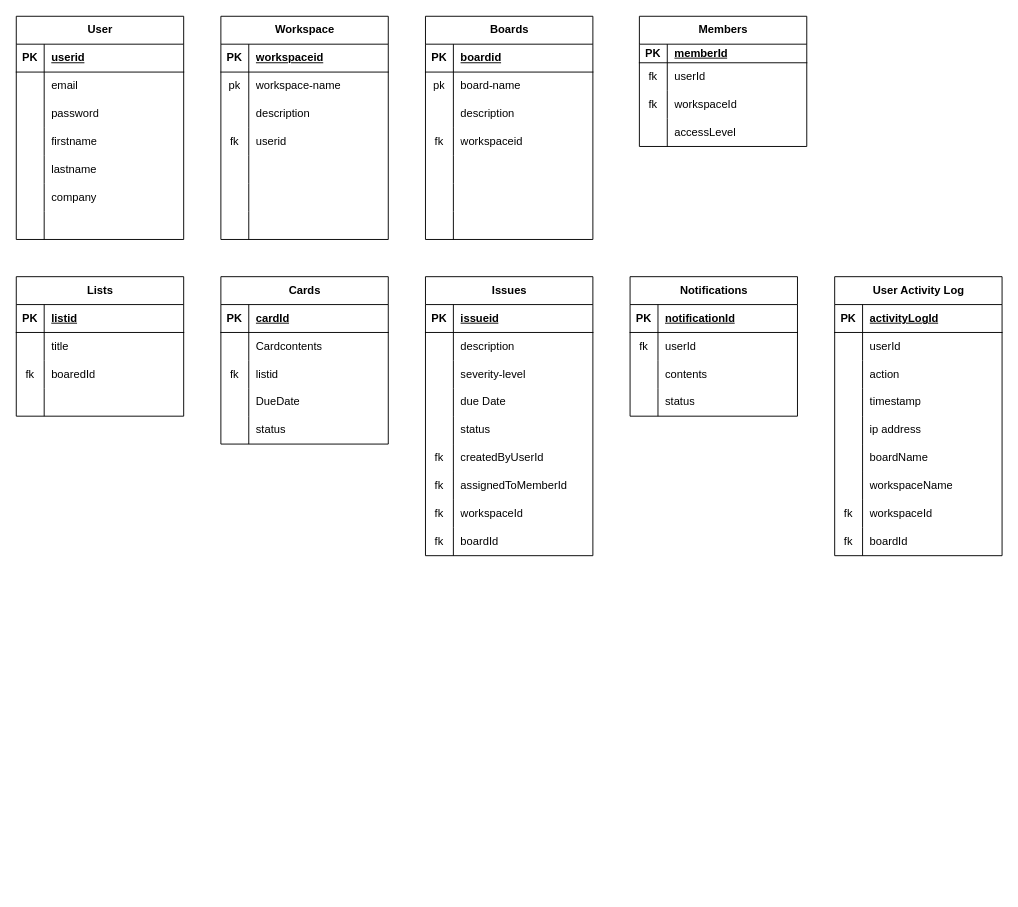
Melat369/Diagram keeps this draw.io diagram as Ensra Database Design.drawio. Above is the earlier version. Source tidied: cells renumbered, new cells numbered last; positions are measured from the earlier drawing's top-left corner, leaving out a move shared by most shapes. Both pictures are drawn from the tidied source at 93%, with x=0, y=0 at pixel (16, 16).
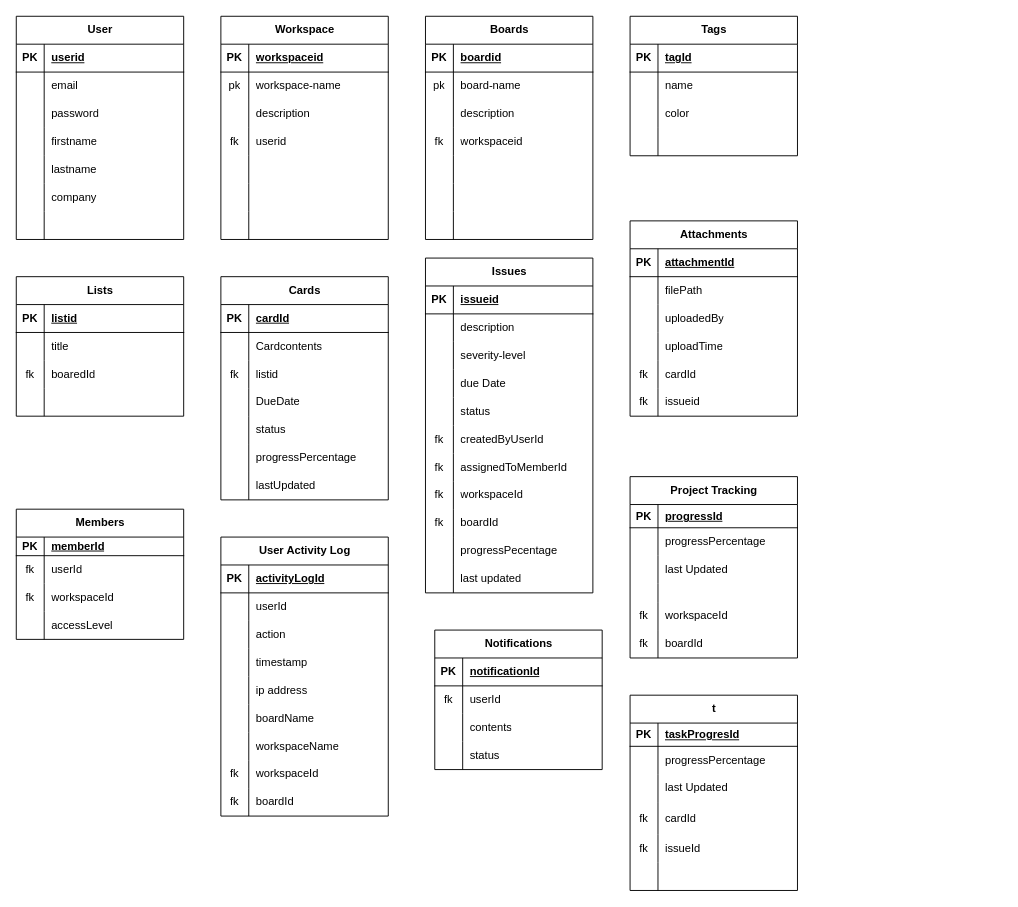
Above is the later version.

Change to the diagram source:
```diff
@@
     <mxCell id="81" value="Cards" style="shape=table;startSize=30;childLayout=tableLayout;rowLines=0;fontStyle=1;align=center;html=1;" parent="1" vertex="1">
-      <mxGeometry x="220" y="280" width="180" height="180" as="geometry" />
+      <mxGeometry x="220" y="280" width="180" height="240" as="geometry" />
     </mxCell>
@@
+    <mxCell id="179" style="shape=tableRow;horizontal=0;startSize=0;swimlaneHead=0;swimlaneBody=0;fillColor=none;top=0;left=0;right=0;bottom=0;" parent="81" vertex="1">
+      <mxGeometry y="180" width="180" height="30" as="geometry" />
+    </mxCell>
+    <mxCell id="180" style="shape=partialRectangle;fillColor=none;top=0;left=0;bottom=0;right=0;overflow=hidden;whiteSpace=wrap;html=1;" parent="179" vertex="1">
+      <mxGeometry width="30" height="30" as="geometry" />
+    </mxCell>
+    <mxCell id="181" value="progressPercentage" style="shape=partialRectangle;fillColor=none;top=0;left=0;bottom=0;right=0;align=left;spacingLeft=6;overflow=hidden;whiteSpace=wrap;html=1;" parent="179" vertex="1">
+      <mxGeometry x="30" width="150" height="30" as="geometry" />
+    </mxCell>
+    <mxCell id="182" style="shape=tableRow;horizontal=0;startSize=0;swimlaneHead=0;swimlaneBody=0;fillColor=none;top=0;left=0;right=0;bottom=0;" parent="81" vertex="1">
+      <mxGeometry y="210" width="180" height="30" as="geometry" />
+    </mxCell>
+    <mxCell id="183" style="shape=partialRectangle;fillColor=none;top=0;left=0;bottom=0;right=0;overflow=hidden;whiteSpace=wrap;html=1;" parent="182" vertex="1">
+      <mxGeometry width="30" height="30" as="geometry" />
+    </mxCell>
+    <mxCell id="184" value="lastUpdated" style="shape=partialRectangle;fillColor=none;top=0;left=0;bottom=0;right=0;align=left;spacingLeft=6;overflow=hidden;whiteSpace=wrap;html=1;" parent="182" vertex="1">
+      <mxGeometry x="30" width="150" height="30" as="geometry" />
+    </mxCell>
     <mxCell id="97" value="Issues" style="shape=table;startSize=30;childLayout=tableLayout;rowLines=0;fontStyle=1;align=center;html=1;" parent="1" vertex="1">
-      <mxGeometry x="440" y="280" width="180" height="300" as="geometry" />
+      <mxGeometry x="440" y="260" width="180" height="360" as="geometry" />
     </mxCell>
@@
+    <mxCell id="185" style="shape=tableRow;horizontal=0;startSize=0;swimlaneHead=0;swimlaneBody=0;fillColor=none;top=0;left=0;right=0;bottom=0;" parent="97" vertex="1">
+      <mxGeometry y="300" width="180" height="30" as="geometry" />
+    </mxCell>
+    <mxCell id="186" style="shape=partialRectangle;fillColor=none;top=0;left=0;bottom=0;right=0;overflow=hidden;whiteSpace=wrap;html=1;" parent="185" vertex="1">
+      <mxGeometry width="30" height="30" as="geometry" />
+    </mxCell>
+    <mxCell id="187" value="progressPecentage" style="shape=partialRectangle;fillColor=none;top=0;left=0;bottom=0;right=0;align=left;spacingLeft=6;overflow=hidden;whiteSpace=wrap;html=1;" parent="185" vertex="1">
+      <mxGeometry x="30" width="150" height="30" as="geometry" />
+    </mxCell>
+    <mxCell id="188" style="shape=tableRow;horizontal=0;startSize=0;swimlaneHead=0;swimlaneBody=0;fillColor=none;top=0;left=0;right=0;bottom=0;" parent="97" vertex="1">
+      <mxGeometry y="330" width="180" height="30" as="geometry" />
+    </mxCell>
+    <mxCell id="189" style="shape=partialRectangle;fillColor=none;top=0;left=0;bottom=0;right=0;overflow=hidden;whiteSpace=wrap;html=1;" parent="188" vertex="1">
+      <mxGeometry width="30" height="30" as="geometry" />
+    </mxCell>
+    <mxCell id="190" value="last updated" style="shape=partialRectangle;fillColor=none;top=0;left=0;bottom=0;right=0;align=left;spacingLeft=6;overflow=hidden;whiteSpace=wrap;html=1;" parent="188" vertex="1">
+      <mxGeometry x="30" width="150" height="30" as="geometry" />
+    </mxCell>
     <mxCell id="125" value="Notifications" style="shape=table;startSize=30;childLayout=tableLayout;rowLines=0;fontStyle=1;align=center;html=1;" parent="1" vertex="1">
-      <mxGeometry x="660" y="280" width="180" height="150" as="geometry" />
+      <mxGeometry x="450" y="660" width="180" height="150" as="geometry" />
     </mxCell>
@@
     <mxCell id="138" value="User Activity Log" style="shape=table;startSize=30;childLayout=tableLayout;rowLines=0;fontStyle=1;align=center;html=1;" parent="1" vertex="1">
-      <mxGeometry x="880" y="280" width="180" height="300" as="geometry" />
+      <mxGeometry x="220" y="560" width="180" height="300" as="geometry" />
     </mxCell>
@@
     <mxCell id="166" value="Members" style="shape=table;startSize=30;childLayout=tableLayout;rowLines=0;fontStyle=1;align=center;html=1;" parent="1" vertex="1">
-      <mxGeometry x="670" width="180" height="140" as="geometry" />
+      <mxGeometry y="530" width="180" height="140" as="geometry" />
     </mxCell>
@@
+    <mxCell id="191" value="Tags" style="shape=table;startSize=30;childLayout=tableLayout;rowLines=0;fontStyle=1;align=center;html=1;" parent="1" vertex="1">
+      <mxGeometry x="660" width="180" height="150" as="geometry" />
+    </mxCell>
+    <mxCell id="192" style="shape=tableRow;horizontal=0;startSize=0;swimlaneHead=0;swimlaneBody=0;fillColor=none;top=0;left=0;right=0;bottom=1;" parent="191" vertex="1">
+      <mxGeometry y="30" width="180" height="30" as="geometry" />
+    </mxCell>
+    <mxCell id="193" value="PK" style="shape=partialRectangle;fillColor=none;top=0;left=0;bottom=0;right=0;fontStyle=1;overflow=hidden;whiteSpace=wrap;html=1;" parent="192" vertex="1">
+      <mxGeometry width="30" height="30" as="geometry" />
+    </mxCell>
+    <mxCell id="194" value="tagId" style="shape=partialRectangle;fillColor=none;top=0;left=0;bottom=0;right=0;align=left;spacingLeft=6;fontStyle=5;overflow=hidden;whiteSpace=wrap;html=1;" parent="192" vertex="1">
+      <mxGeometry x="30" width="150" height="30" as="geometry" />
+    </mxCell>
+    <mxCell id="195" style="shape=tableRow;horizontal=0;startSize=0;swimlaneHead=0;swimlaneBody=0;fillColor=none;top=0;left=0;right=0;bottom=0;" parent="191" vertex="1">
+      <mxGeometry y="60" width="180" height="30" as="geometry" />
+    </mxCell>
+    <mxCell id="196" style="shape=partialRectangle;fillColor=none;top=0;left=0;bottom=0;right=0;overflow=hidden;whiteSpace=wrap;html=1;" parent="195" vertex="1">
+      <mxGeometry width="30" height="30" as="geometry" />
+    </mxCell>
+    <mxCell id="197" value="name" style="shape=partialRectangle;fillColor=none;top=0;left=0;bottom=0;right=0;align=left;spacingLeft=6;overflow=hidden;whiteSpace=wrap;html=1;" parent="195" vertex="1">
+      <mxGeometry x="30" width="150" height="30" as="geometry" />
+    </mxCell>
+    <mxCell id="198" style="shape=tableRow;horizontal=0;startSize=0;swimlaneHead=0;swimlaneBody=0;fillColor=none;top=0;left=0;right=0;bottom=0;" parent="191" vertex="1">
+      <mxGeometry y="90" width="180" height="30" as="geometry" />
+    </mxCell>
+    <mxCell id="199" style="shape=partialRectangle;fillColor=none;top=0;left=0;bottom=0;right=0;overflow=hidden;whiteSpace=wrap;html=1;" parent="198" vertex="1">
+      <mxGeometry width="30" height="30" as="geometry" />
+    </mxCell>
+    <mxCell id="200" value="color" style="shape=partialRectangle;fillColor=none;top=0;left=0;bottom=0;right=0;align=left;spacingLeft=6;overflow=hidden;whiteSpace=wrap;html=1;" parent="198" vertex="1">
+      <mxGeometry x="30" width="150" height="30" as="geometry" />
+    </mxCell>
+    <mxCell id="201" style="shape=tableRow;horizontal=0;startSize=0;swimlaneHead=0;swimlaneBody=0;fillColor=none;top=0;left=0;right=0;bottom=0;" parent="191" vertex="1">
+      <mxGeometry y="120" width="180" height="30" as="geometry" />
+    </mxCell>
+    <mxCell id="202" style="shape=partialRectangle;fillColor=none;top=0;left=0;bottom=0;right=0;overflow=hidden;whiteSpace=wrap;html=1;" parent="201" vertex="1">
+      <mxGeometry width="30" height="30" as="geometry" />
+    </mxCell>
+    <mxCell id="203" style="shape=partialRectangle;fillColor=none;top=0;left=0;bottom=0;right=0;align=left;spacingLeft=6;overflow=hidden;whiteSpace=wrap;html=1;" parent="201" vertex="1">
+      <mxGeometry x="30" width="150" height="30" as="geometry" />
+    </mxCell>
+    <mxCell id="204" value="Attachments" style="shape=table;startSize=30;childLayout=tableLayout;rowLines=0;fontStyle=1;align=center;html=1;" parent="1" vertex="1">
+      <mxGeometry x="660" y="220" width="180" height="210" as="geometry" />
+    </mxCell>
+    <mxCell id="205" style="shape=tableRow;horizontal=0;startSize=0;swimlaneHead=0;swimlaneBody=0;fillColor=none;top=0;left=0;right=0;bottom=1;" parent="204" vertex="1">
+      <mxGeometry y="30" width="180" height="30" as="geometry" />
+    </mxCell>
+    <mxCell id="206" value="PK" style="shape=partialRectangle;fillColor=none;top=0;left=0;bottom=0;right=0;fontStyle=1;overflow=hidden;whiteSpace=wrap;html=1;" parent="205" vertex="1">
+      <mxGeometry width="30" height="30" as="geometry" />
+    </mxCell>
+    <mxCell id="207" value="attachmentId" style="shape=partialRectangle;fillColor=none;top=0;left=0;bottom=0;right=0;align=left;spacingLeft=6;fontStyle=5;overflow=hidden;whiteSpace=wrap;html=1;" parent="205" vertex="1">
+      <mxGeometry x="30" width="150" height="30" as="geometry" />
+    </mxCell>
+    <mxCell id="208" style="shape=tableRow;horizontal=0;startSize=0;swimlaneHead=0;swimlaneBody=0;fillColor=none;top=0;left=0;right=0;bottom=0;" parent="204" vertex="1">
+      <mxGeometry y="60" width="180" height="30" as="geometry" />
+    </mxCell>
+    <mxCell id="209" style="shape=partialRectangle;fillColor=none;top=0;left=0;bottom=0;right=0;overflow=hidden;whiteSpace=wrap;html=1;" parent="208" vertex="1">
+      <mxGeometry width="30" height="30" as="geometry" />
+    </mxCell>
+    <mxCell id="210" value="filePath" style="shape=partialRectangle;fillColor=none;top=0;left=0;bottom=0;right=0;align=left;spacingLeft=6;overflow=hidden;whiteSpace=wrap;html=1;" parent="208" vertex="1">
+      <mxGeometry x="30" width="150" height="30" as="geometry" />
+    </mxCell>
+    <mxCell id="211" style="shape=tableRow;horizontal=0;startSize=0;swimlaneHead=0;swimlaneBody=0;fillColor=none;top=0;left=0;right=0;bottom=0;" parent="204" vertex="1">
+      <mxGeometry y="90" width="180" height="30" as="geometry" />
+    </mxCell>
+    <mxCell id="212" style="shape=partialRectangle;fillColor=none;top=0;left=0;bottom=0;right=0;overflow=hidden;whiteSpace=wrap;html=1;" parent="211" vertex="1">
+      <mxGeometry width="30" height="30" as="geometry" />
+    </mxCell>
+    <mxCell id="213" value="uploadedBy" style="shape=partialRectangle;fillColor=none;top=0;left=0;bottom=0;right=0;align=left;spacingLeft=6;overflow=hidden;whiteSpace=wrap;html=1;" parent="211" vertex="1">
+      <mxGeometry x="30" width="150" height="30" as="geometry" />
+    </mxCell>
+    <mxCell id="214" style="shape=tableRow;horizontal=0;startSize=0;swimlaneHead=0;swimlaneBody=0;fillColor=none;top=0;left=0;right=0;bottom=0;" parent="204" vertex="1">
+      <mxGeometry y="120" width="180" height="30" as="geometry" />
+    </mxCell>
+    <mxCell id="215" style="shape=partialRectangle;fillColor=none;top=0;left=0;bottom=0;right=0;overflow=hidden;whiteSpace=wrap;html=1;" parent="214" vertex="1">
+      <mxGeometry width="30" height="30" as="geometry" />
+    </mxCell>
+    <mxCell id="216" value="uploadTime" style="shape=partialRectangle;fillColor=none;top=0;left=0;bottom=0;right=0;align=left;spacingLeft=6;overflow=hidden;whiteSpace=wrap;html=1;" parent="214" vertex="1">
+      <mxGeometry x="30" width="150" height="30" as="geometry" />
+    </mxCell>
+    <mxCell id="217" style="shape=tableRow;horizontal=0;startSize=0;swimlaneHead=0;swimlaneBody=0;fillColor=none;top=0;left=0;right=0;bottom=0;" parent="204" vertex="1">
+      <mxGeometry y="150" width="180" height="30" as="geometry" />
+    </mxCell>
+    <mxCell id="218" value="fk" style="shape=partialRectangle;fillColor=none;top=0;left=0;bottom=0;right=0;overflow=hidden;whiteSpace=wrap;html=1;" parent="217" vertex="1">
+      <mxGeometry width="30" height="30" as="geometry" />
+    </mxCell>
+    <mxCell id="219" value="cardId" style="shape=partialRectangle;fillColor=none;top=0;left=0;bottom=0;right=0;align=left;spacingLeft=6;overflow=hidden;whiteSpace=wrap;html=1;" parent="217" vertex="1">
+      <mxGeometry x="30" width="150" height="30" as="geometry" />
+    </mxCell>
+    <mxCell id="220" style="shape=tableRow;horizontal=0;startSize=0;swimlaneHead=0;swimlaneBody=0;fillColor=none;top=0;left=0;right=0;bottom=0;" parent="204" vertex="1">
+      <mxGeometry y="180" width="180" height="30" as="geometry" />
+    </mxCell>
+    <mxCell id="221" value="fk" style="shape=partialRectangle;fillColor=none;top=0;left=0;bottom=0;right=0;overflow=hidden;whiteSpace=wrap;html=1;" parent="220" vertex="1">
+      <mxGeometry width="30" height="30" as="geometry" />
+    </mxCell>
+    <mxCell id="222" value="issueid" style="shape=partialRectangle;fillColor=none;top=0;left=0;bottom=0;right=0;align=left;spacingLeft=6;overflow=hidden;whiteSpace=wrap;html=1;" parent="220" vertex="1">
+      <mxGeometry x="30" width="150" height="30" as="geometry" />
+    </mxCell>
+    <mxCell id="223" value="Project Tracking" style="shape=table;startSize=30;childLayout=tableLayout;rowLines=0;fontStyle=1;align=center;html=1;" parent="1" vertex="1">
+      <mxGeometry x="660" y="495" width="180" height="195" as="geometry" />
+    </mxCell>
+    <mxCell id="224" style="shape=tableRow;horizontal=0;startSize=0;swimlaneHead=0;swimlaneBody=0;fillColor=none;top=0;left=0;right=0;bottom=1;" parent="223" vertex="1">
+      <mxGeometry y="30" width="180" height="25" as="geometry" />
+    </mxCell>
+    <mxCell id="225" value="PK" style="shape=partialRectangle;fillColor=none;top=0;left=0;bottom=0;right=0;fontStyle=1;overflow=hidden;whiteSpace=wrap;html=1;" parent="224" vertex="1">
+      <mxGeometry width="30" height="25" as="geometry" />
+    </mxCell>
+    <mxCell id="226" value="progressId" style="shape=partialRectangle;fillColor=none;top=0;left=0;bottom=0;right=0;align=left;spacingLeft=6;fontStyle=5;overflow=hidden;whiteSpace=wrap;html=1;" parent="224" vertex="1">
+      <mxGeometry x="30" width="150" height="25" as="geometry" />
+    </mxCell>
+    <mxCell id="227" style="shape=tableRow;horizontal=0;startSize=0;swimlaneHead=0;swimlaneBody=0;fillColor=none;top=0;left=0;right=0;bottom=0;" parent="223" vertex="1">
+      <mxGeometry y="55" width="180" height="30" as="geometry" />
+    </mxCell>
+    <mxCell id="228" style="shape=partialRectangle;fillColor=none;top=0;left=0;bottom=0;right=0;overflow=hidden;whiteSpace=wrap;html=1;" parent="227" vertex="1">
+      <mxGeometry width="30" height="30" as="geometry" />
+    </mxCell>
+    <mxCell id="229" value="progressPercentage" style="shape=partialRectangle;fillColor=none;top=0;left=0;bottom=0;right=0;align=left;spacingLeft=6;overflow=hidden;whiteSpace=wrap;html=1;" parent="227" vertex="1">
+      <mxGeometry x="30" width="150" height="30" as="geometry" />
+    </mxCell>
+    <mxCell id="230" style="shape=tableRow;horizontal=0;startSize=0;swimlaneHead=0;swimlaneBody=0;fillColor=none;top=0;left=0;right=0;bottom=0;" parent="223" vertex="1">
+      <mxGeometry y="85" width="180" height="30" as="geometry" />
+    </mxCell>
+    <mxCell id="231" style="shape=partialRectangle;fillColor=none;top=0;left=0;bottom=0;right=0;overflow=hidden;whiteSpace=wrap;html=1;" parent="230" vertex="1">
+      <mxGeometry width="30" height="30" as="geometry" />
+    </mxCell>
+    <mxCell id="232" value="last Updated" style="shape=partialRectangle;fillColor=none;top=0;left=0;bottom=0;right=0;align=left;spacingLeft=6;overflow=hidden;whiteSpace=wrap;html=1;" parent="230" vertex="1">
+      <mxGeometry x="30" width="150" height="30" as="geometry" />
+    </mxCell>
+    <mxCell id="233" style="shape=tableRow;horizontal=0;startSize=0;swimlaneHead=0;swimlaneBody=0;fillColor=none;top=0;left=0;right=0;bottom=0;" parent="223" vertex="1">
+      <mxGeometry y="115" width="180" height="20" as="geometry" />
+    </mxCell>
+    <mxCell id="234" style="shape=partialRectangle;fillColor=none;top=0;left=0;bottom=0;right=0;overflow=hidden;whiteSpace=wrap;html=1;" parent="233" vertex="1">
+      <mxGeometry width="30" height="20" as="geometry" />
+    </mxCell>
+    <mxCell id="235" style="shape=partialRectangle;fillColor=none;top=0;left=0;bottom=0;right=0;align=left;spacingLeft=6;overflow=hidden;whiteSpace=wrap;html=1;" parent="233" vertex="1">
+      <mxGeometry x="30" width="150" height="20" as="geometry" />
+    </mxCell>
+    <mxCell id="236" style="shape=tableRow;horizontal=0;startSize=0;swimlaneHead=0;swimlaneBody=0;fillColor=none;top=0;left=0;right=0;bottom=0;" parent="223" vertex="1">
+      <mxGeometry y="135" width="180" height="30" as="geometry" />
+    </mxCell>
+    <mxCell id="237" value="fk" style="shape=partialRectangle;fillColor=none;top=0;left=0;bottom=0;right=0;overflow=hidden;whiteSpace=wrap;html=1;" parent="236" vertex="1">
+      <mxGeometry width="30" height="30" as="geometry" />
+    </mxCell>
+    <mxCell id="238" value="workspaceId" style="shape=partialRectangle;fillColor=none;top=0;left=0;bottom=0;right=0;align=left;spacingLeft=6;overflow=hidden;whiteSpace=wrap;html=1;" parent="236" vertex="1">
+      <mxGeometry x="30" width="150" height="30" as="geometry" />
+    </mxCell>
+    <mxCell id="239" style="shape=tableRow;horizontal=0;startSize=0;swimlaneHead=0;swimlaneBody=0;fillColor=none;top=0;left=0;right=0;bottom=0;" parent="223" vertex="1">
+      <mxGeometry y="165" width="180" height="30" as="geometry" />
+    </mxCell>
+    <mxCell id="240" value="fk" style="shape=partialRectangle;fillColor=none;top=0;left=0;bottom=0;right=0;overflow=hidden;whiteSpace=wrap;html=1;" parent="239" vertex="1">
+      <mxGeometry width="30" height="30" as="geometry" />
+    </mxCell>
+    <mxCell id="241" value="boardId" style="shape=partialRectangle;fillColor=none;top=0;left=0;bottom=0;right=0;align=left;spacingLeft=6;overflow=hidden;whiteSpace=wrap;html=1;" parent="239" vertex="1">
+      <mxGeometry x="30" width="150" height="30" as="geometry" />
+    </mxCell>
+    <mxCell id="242" value="t" style="shape=table;startSize=30;childLayout=tableLayout;rowLines=0;fontStyle=1;align=center;html=1;" parent="1" vertex="1">
+      <mxGeometry x="660" y="730" width="180" height="210" as="geometry" />
+    </mxCell>
+    <mxCell id="243" style="shape=tableRow;horizontal=0;startSize=0;swimlaneHead=0;swimlaneBody=0;fillColor=none;top=0;left=0;right=0;bottom=1;" parent="242" vertex="1">
+      <mxGeometry y="30" width="180" height="25" as="geometry" />
+    </mxCell>
+    <mxCell id="244" value="PK" style="shape=partialRectangle;fillColor=none;top=0;left=0;bottom=0;right=0;fontStyle=1;overflow=hidden;whiteSpace=wrap;html=1;" parent="243" vertex="1">
+      <mxGeometry width="30" height="25" as="geometry" />
+    </mxCell>
+    <mxCell id="245" value="taskProgresId" style="shape=partialRectangle;fillColor=none;top=0;left=0;bottom=0;right=0;align=left;spacingLeft=6;fontStyle=5;overflow=hidden;whiteSpace=wrap;html=1;" parent="243" vertex="1">
+      <mxGeometry x="30" width="150" height="25" as="geometry" />
+    </mxCell>
+    <mxCell id="246" style="shape=tableRow;horizontal=0;startSize=0;swimlaneHead=0;swimlaneBody=0;fillColor=none;top=0;left=0;right=0;bottom=0;" parent="242" vertex="1">
+      <mxGeometry y="55" width="180" height="30" as="geometry" />
+    </mxCell>
+    <mxCell id="247" style="shape=partialRectangle;fillColor=none;top=0;left=0;bottom=0;right=0;overflow=hidden;whiteSpace=wrap;html=1;" parent="246" vertex="1">
+      <mxGeometry width="30" height="30" as="geometry" />
+    </mxCell>
+    <mxCell id="248" value="progressPercentage" style="shape=partialRectangle;fillColor=none;top=0;left=0;bottom=0;right=0;align=left;spacingLeft=6;overflow=hidden;whiteSpace=wrap;html=1;" parent="246" vertex="1">
+      <mxGeometry x="30" width="150" height="30" as="geometry" />
+    </mxCell>
+    <mxCell id="249" style="shape=tableRow;horizontal=0;startSize=0;swimlaneHead=0;swimlaneBody=0;fillColor=none;top=0;left=0;right=0;bottom=0;" parent="242" vertex="1">
+      <mxGeometry y="85" width="180" height="30" as="geometry" />
+    </mxCell>
+    <mxCell id="250" style="shape=partialRectangle;fillColor=none;top=0;left=0;bottom=0;right=0;overflow=hidden;whiteSpace=wrap;html=1;" parent="249" vertex="1">
+      <mxGeometry width="30" height="30" as="geometry" />
+    </mxCell>
+    <mxCell id="251" value="last Updated" style="shape=partialRectangle;fillColor=none;top=0;left=0;bottom=0;right=0;align=left;spacingLeft=6;overflow=hidden;whiteSpace=wrap;html=1;" parent="249" vertex="1">
+      <mxGeometry x="30" width="150" height="30" as="geometry" />
+    </mxCell>
+    <mxCell id="252" style="shape=tableRow;horizontal=0;startSize=0;swimlaneHead=0;swimlaneBody=0;fillColor=none;top=0;left=0;right=0;bottom=0;" parent="242" vertex="1">
+      <mxGeometry y="115" width="180" height="35" as="geometry" />
+    </mxCell>
+    <mxCell id="253" value="fk" style="shape=partialRectangle;fillColor=none;top=0;left=0;bottom=0;right=0;overflow=hidden;whiteSpace=wrap;html=1;" parent="252" vertex="1">
+      <mxGeometry width="30" height="35" as="geometry" />
+    </mxCell>
+    <mxCell id="254" value="cardId" style="shape=partialRectangle;fillColor=none;top=0;left=0;bottom=0;right=0;align=left;spacingLeft=6;overflow=hidden;whiteSpace=wrap;html=1;" parent="252" vertex="1">
+      <mxGeometry x="30" width="150" height="35" as="geometry" />
+    </mxCell>
+    <mxCell id="255" style="shape=tableRow;horizontal=0;startSize=0;swimlaneHead=0;swimlaneBody=0;fillColor=none;top=0;left=0;right=0;bottom=0;" parent="242" vertex="1">
+      <mxGeometry y="150" width="180" height="30" as="geometry" />
+    </mxCell>
+    <mxCell id="256" value="fk" style="shape=partialRectangle;fillColor=none;top=0;left=0;bottom=0;right=0;overflow=hidden;whiteSpace=wrap;html=1;" parent="255" vertex="1">
+      <mxGeometry width="30" height="30" as="geometry" />
+    </mxCell>
+    <mxCell id="257" value="issueId" style="shape=partialRectangle;fillColor=none;top=0;left=0;bottom=0;right=0;align=left;spacingLeft=6;overflow=hidden;whiteSpace=wrap;html=1;" parent="255" vertex="1">
+      <mxGeometry x="30" width="150" height="30" as="geometry" />
+    </mxCell>
+    <mxCell id="258" style="shape=tableRow;horizontal=0;startSize=0;swimlaneHead=0;swimlaneBody=0;fillColor=none;top=0;left=0;right=0;bottom=0;" parent="242" vertex="1">
+      <mxGeometry y="180" width="180" height="30" as="geometry" />
+    </mxCell>
+    <mxCell id="259" style="shape=partialRectangle;fillColor=none;top=0;left=0;bottom=0;right=0;overflow=hidden;whiteSpace=wrap;html=1;" parent="258" vertex="1">
+      <mxGeometry width="30" height="30" as="geometry" />
+    </mxCell>
+    <mxCell id="260" style="shape=partialRectangle;fillColor=none;top=0;left=0;bottom=0;right=0;align=left;spacingLeft=6;overflow=hidden;whiteSpace=wrap;html=1;" parent="258" vertex="1">
+      <mxGeometry x="30" width="150" height="30" as="geometry" />
+    </mxCell>
```
